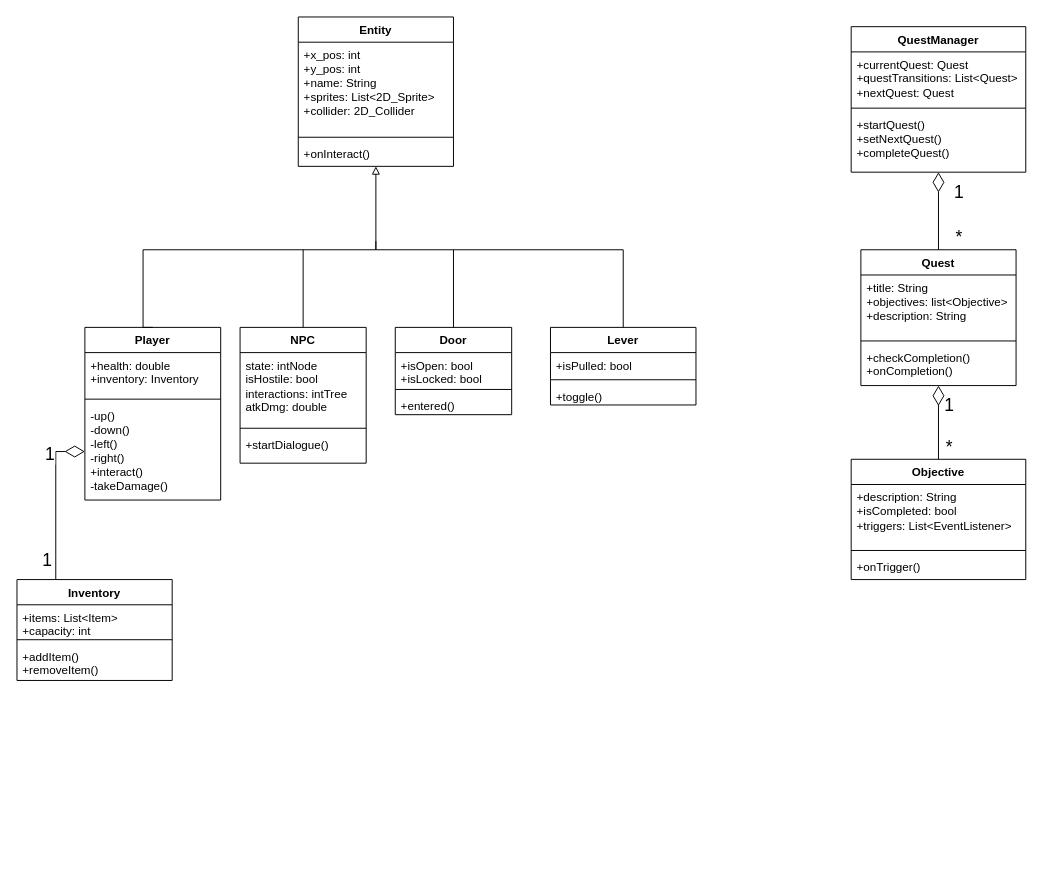
This is deliverables/UML_Class_D3.drawio from NoomMiner/Echoes-of-Time, a draw.io file, before an edit. Source tidied: cells renumbered, new cells numbered last; positions are measured from the earlier drawing's top-left corner, leaving out a move shared by most shapes. Both pictures are drawn from the tidied source at 97%, with x=0, y=0 at pixel (16, 16).
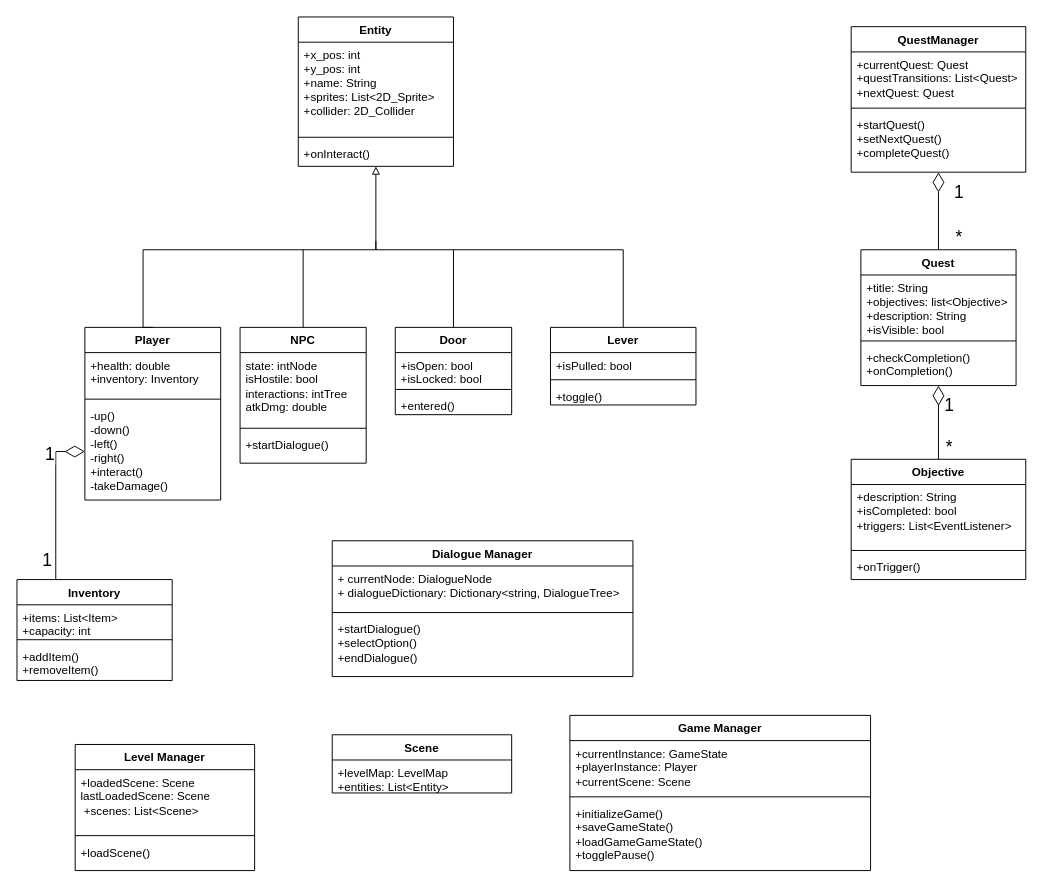
Above is the later version.

Unchanged cells that the change refers to:
```xml
<mxCell id="30" value="Quest" style="swimlane;fontStyle=1;align=center;verticalAlign=top;horizontal=1;startSize=26;whiteSpace=wrap;html=1;" parent="1" vertex="1">
  <mxGeometry x="870" y="240" width="160" height="140" as="geometry" />
</mxCell>
```

What changed in the source:
```diff
@@
-    <mxCell id="31" value="+title: String&lt;div&gt;&lt;div&gt;+objectives: list&amp;lt;Objective&amp;gt;&lt;/div&gt;&lt;/div&gt;&lt;div&gt;+description: String&lt;/div&gt;" style="text;strokeColor=none;fillColor=none;align=left;verticalAlign=top;spacingLeft=4;spacingRight=4;overflow=hidden;whiteSpace=wrap;html=1;" parent="30" vertex="1">
+    <mxCell id="31" value="+title: String&lt;div&gt;&lt;div&gt;+objectives: list&amp;lt;Objective&amp;gt;&lt;/div&gt;&lt;/div&gt;&lt;div&gt;+description: String&lt;/div&gt;&lt;div&gt;+isVisible: bool &lt;br&gt;&lt;/div&gt;" style="text;strokeColor=none;fillColor=none;align=left;verticalAlign=top;spacingLeft=4;spacingRight=4;overflow=hidden;whiteSpace=wrap;html=1;" parent="30" vertex="1">
       <mxGeometry y="26" width="160" height="64" as="geometry" />
     </mxCell>
@@
+    <mxCell id="51" value="Dialogue Manager" style="swimlane;fontStyle=1;align=center;verticalAlign=top;horizontal=1;startSize=26;whiteSpace=wrap;html=1;" parent="1" vertex="1">
+      <mxGeometry x="325" y="540" width="310" height="140" as="geometry" />
+    </mxCell>
+    <mxCell id="52" value="&lt;div&gt;+ currentNode: DialogueNode&lt;/div&gt;&lt;div&gt;+ dialogueDictionary: Dictionary&amp;lt;string, DialogueTree&amp;gt;&lt;/div&gt;" style="text;strokeColor=none;fillColor=none;align=left;verticalAlign=top;spacingLeft=4;spacingRight=4;overflow=hidden;whiteSpace=wrap;html=1;" parent="51" vertex="1">
+      <mxGeometry y="26" width="310" height="44" as="geometry" />
+    </mxCell>
+    <mxCell id="53" style="line;strokeWidth=1;fillColor=none;align=left;verticalAlign=middle;spacingTop=-1;spacingLeft=3;spacingRight=3;labelPosition=right;strokeColor=inherit;" parent="51" vertex="1">
+      <mxGeometry y="70" width="310" height="8" as="geometry" />
+    </mxCell>
+    <mxCell id="54" value="+startDialogue()&lt;br&gt;+selectOption()&lt;br&gt;+endDialogue()&lt;div&gt;&lt;br&gt;&lt;/div&gt;" style="text;strokeColor=none;fillColor=none;align=left;verticalAlign=top;spacingLeft=4;spacingRight=4;overflow=hidden;whiteSpace=wrap;html=1;" parent="51" vertex="1">
+      <mxGeometry y="78" width="310" height="62" as="geometry" />
+    </mxCell>
+    <mxCell id="55" value="Level Manager" style="swimlane;fontStyle=1;align=center;verticalAlign=top;horizontal=1;startSize=26;whiteSpace=wrap;html=1;" parent="1" vertex="1">
+      <mxGeometry x="60" y="750" width="185" height="130" as="geometry" />
+    </mxCell>
+    <mxCell id="56" value="+loadedScene: Scene &lt;br&gt;lastLoadedScene: Scene &lt;br&gt;&amp;nbsp;+scenes: List&amp;lt;Scene&amp;gt; &lt;br&gt;&lt;div&gt;&lt;br&gt;&lt;/div&gt;" style="text;strokeColor=none;fillColor=none;align=left;verticalAlign=top;spacingLeft=4;spacingRight=4;overflow=hidden;whiteSpace=wrap;html=1;" parent="55" vertex="1">
+      <mxGeometry y="26" width="185" height="64" as="geometry" />
+    </mxCell>
+    <mxCell id="57" style="line;strokeWidth=1;fillColor=none;align=left;verticalAlign=middle;spacingTop=-1;spacingLeft=3;spacingRight=3;labelPosition=right;strokeColor=inherit;" parent="55" vertex="1">
+      <mxGeometry y="90" width="185" height="8" as="geometry" />
+    </mxCell>
+    <mxCell id="58" value="+loadScene()" style="text;strokeColor=none;fillColor=none;align=left;verticalAlign=top;spacingLeft=4;spacingRight=4;overflow=hidden;whiteSpace=wrap;html=1;" parent="55" vertex="1">
+      <mxGeometry y="98" width="185" height="32" as="geometry" />
+    </mxCell>
+    <mxCell id="59" value="Scene" style="swimlane;fontStyle=1;align=center;verticalAlign=top;horizontal=1;startSize=26;whiteSpace=wrap;html=1;" parent="1" vertex="1">
+      <mxGeometry x="325" y="740" width="185" height="60" as="geometry" />
+    </mxCell>
+    <mxCell id="60" value="&lt;div&gt;+levelMap: LevelMap&lt;/div&gt;&lt;div&gt;+entities: List&amp;lt;Entity&amp;gt;&lt;/div&gt;&lt;div&gt;&lt;br&gt;&lt;/div&gt;" style="text;strokeColor=none;fillColor=none;align=left;verticalAlign=top;spacingLeft=4;spacingRight=4;overflow=hidden;whiteSpace=wrap;html=1;" parent="59" vertex="1">
+      <mxGeometry y="26" width="185" height="34" as="geometry" />
+    </mxCell>
+    <mxCell id="61" value="Game Manager" style="swimlane;fontStyle=1;align=center;verticalAlign=top;horizontal=1;startSize=26;whiteSpace=wrap;html=1;" parent="1" vertex="1">
+      <mxGeometry x="570" y="720" width="310" height="160" as="geometry" />
+    </mxCell>
+    <mxCell id="62" value="+currentInstance: GameState &lt;br&gt;+playerInstance: Player &lt;br&gt;+currentScene: Scene &lt;br&gt;&lt;div&gt;&lt;br&gt;&lt;/div&gt;" style="text;strokeColor=none;fillColor=none;align=left;verticalAlign=top;spacingLeft=4;spacingRight=4;overflow=hidden;whiteSpace=wrap;html=1;" parent="61" vertex="1">
+      <mxGeometry y="26" width="310" height="54" as="geometry" />
+    </mxCell>
+    <mxCell id="63" style="line;strokeWidth=1;fillColor=none;align=left;verticalAlign=middle;spacingTop=-1;spacingLeft=3;spacingRight=3;labelPosition=right;strokeColor=inherit;" parent="61" vertex="1">
+      <mxGeometry y="80" width="310" height="8" as="geometry" />
+    </mxCell>
+    <mxCell id="64" value="+initializeGame()&lt;br&gt;+saveGameState()&lt;br&gt;+loadGameGameState()&lt;br&gt;+togglePause()&lt;div&gt;&lt;br&gt;&lt;/div&gt;" style="text;strokeColor=none;fillColor=none;align=left;verticalAlign=top;spacingLeft=4;spacingRight=4;overflow=hidden;whiteSpace=wrap;html=1;" parent="61" vertex="1">
+      <mxGeometry y="88" width="310" height="72" as="geometry" />
+    </mxCell>
```
